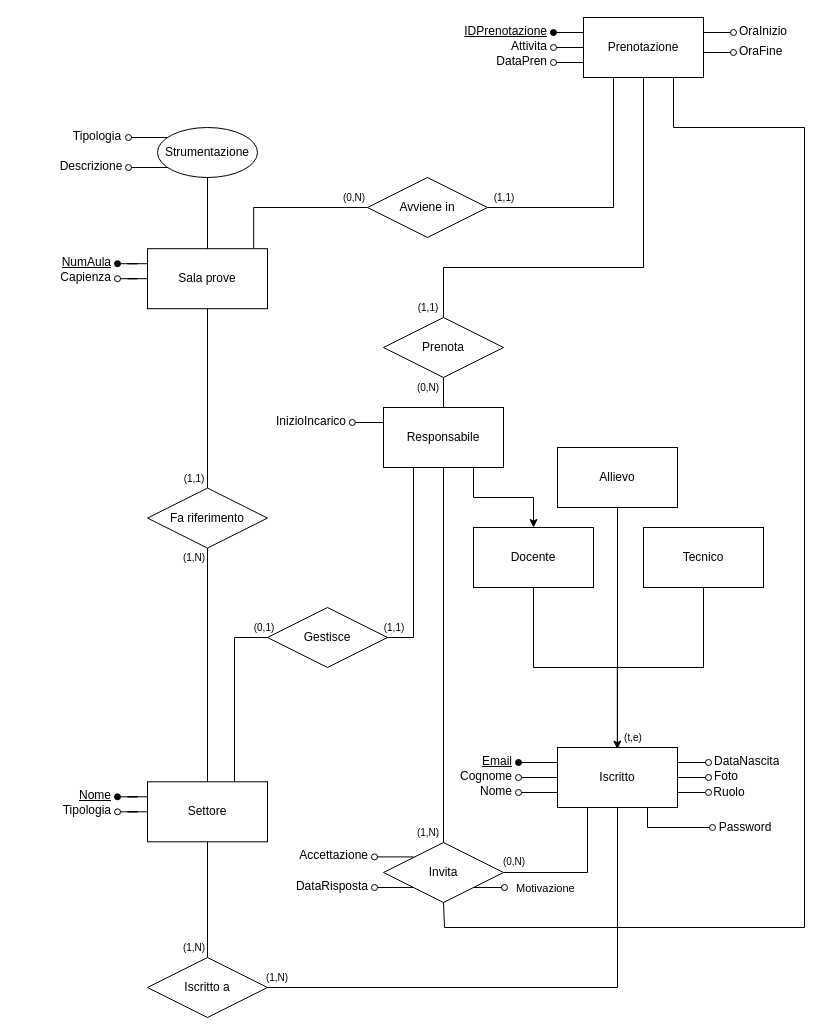
This is page "NON ristrutturato" (2 of 3) of schemiER/Schema-ER.drawio from pirvllv/PWeb-Project_25-26_Ancri-Piralla-Suanno, a draw.io file, before an edit. Source tidied: cells renumbered, new cells numbered last; positions are measured from the earlier drawing's top-left corner, leaving out a move shared by most shapes. Both pictures are drawn from the tidied source at 100%, with x=0, y=0 at pixel (17, 17).
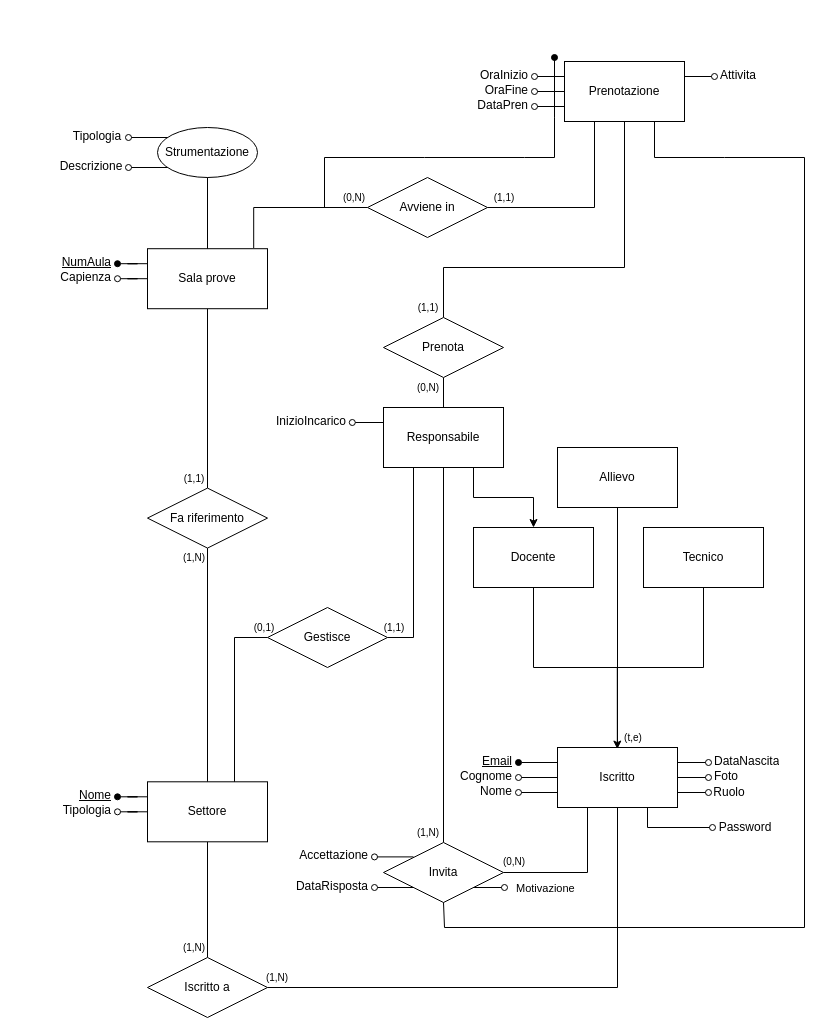
After the change.

Commit message (it also covers changes not shown here):
modificato schema ER non ristr con indicazioni prof

Unchanged cells that the change refers to:
```xml
<mxCell id="20" value="Prenota" style="shape=rhombus;perimeter=rhombusPerimeter;whiteSpace=wrap;html=1;align=center;" parent="1" vertex="1">
  <mxGeometry x="366" y="300" width="120" height="60" as="geometry" />
</mxCell>
<mxCell id="25" value="Invita" style="shape=rhombus;perimeter=rhombusPerimeter;whiteSpace=wrap;html=1;align=center;" parent="1" vertex="1">
  <mxGeometry x="366" y="825" width="120" height="60" as="geometry" />
</mxCell>
<mxCell id="47" value="Prenotazione" style="whiteSpace=wrap;html=1;" parent="37" vertex="1">
  <mxGeometry x="140" width="120" height="60" as="geometry" />
</mxCell>
```

What changed in the source:
```diff
@@
     <mxCell id="19" style="edgeStyle=orthogonalEdgeStyle;rounded=0;jettySize=auto;html=1;entryX=0.5;entryY=1;entryDx=0;entryDy=0;endArrow=none;startFill=0;exitX=0.5;exitY=0;exitDx=0;exitDy=0;" parent="1" edge="1" source="20" target="47">
       <mxGeometry relative="1" as="geometry">
         <Array as="points">
           <mxPoint x="426" y="250" />
-          <mxPoint x="626" y="250" />
+          <mxPoint x="607" y="250" />
         </Array>
       </mxGeometry>
     </mxCell>
@@
     <mxCell id="37" style="group;" parent="1" vertex="1">
-      <mxGeometry x="426" width="360" height="60" as="geometry" />
+      <mxGeometry x="407" y="44" width="360" height="60" as="geometry" />
     </mxCell>
@@
-    <mxCell id="39" value="OraInizio" style="text;strokeColor=none;fillColor=none;spacingLeft=4;spacingRight=4;overflow=hidden;points=[[0,0.5],[1,0.5]];portConstraint=eastwest;fontSize=12;whiteSpace=wrap;html=1;align=left;" parent="37" vertex="1">
+    <mxCell id="39" value="Attivita" style="text;strokeColor=none;fillColor=none;spacingLeft=4;spacingRight=4;overflow=hidden;points=[[0,0.5],[1,0.5]];portConstraint=eastwest;fontSize=12;whiteSpace=wrap;html=1;align=left;" parent="37" vertex="1">
       <mxGeometry x="290" width="60" height="30" as="geometry" />
     </mxCell>
@@
-    <mxCell id="43" value="Attivita" style="text;strokeColor=none;fillColor=none;spacingLeft=4;spacingRight=4;overflow=hidden;points=[[0,0.5],[1,0.5]];portConstraint=eastwest;fontSize=12;whiteSpace=wrap;html=1;align=right;" parent="37" vertex="1">
-      <mxGeometry x="60" y="15" width="50" height="30" as="geometry" />
+    <mxCell id="43" value="OraFine" style="text;strokeColor=none;fillColor=none;spacingLeft=4;spacingRight=4;overflow=hidden;points=[[0,0.5],[1,0.5]];portConstraint=eastwest;fontSize=12;whiteSpace=wrap;html=1;align=right;" parent="37" vertex="1">
+      <mxGeometry x="50" y="15" width="60" height="30" as="geometry" />
     </mxCell>
-    <mxCell id="44" value="OraFine" style="text;strokeColor=none;fillColor=none;spacingLeft=4;spacingRight=4;overflow=hidden;points=[[0,0.5],[1,0.5]];portConstraint=eastwest;fontSize=12;whiteSpace=wrap;html=1;" parent="37" vertex="1">
-      <mxGeometry x="290" y="20" width="70" height="30" as="geometry" />
-    </mxCell>
-    <mxCell id="45" style="edgeStyle=orthogonalEdgeStyle;rounded=0;jettySize=auto;html=1;entryX=0;entryY=0.25;entryDx=0;entryDy=0;endArrow=none;startFill=1;startArrow=oval;" parent="37" edge="1" source="46" target="47">
-      <mxGeometry relative="1" as="geometry" />
-    </mxCell>
-    <mxCell id="46" value="&lt;u&gt;IDPrenotazione&lt;/u&gt;" style="text;strokeColor=none;fillColor=none;spacingLeft=4;spacingRight=4;overflow=hidden;points=[[0,0.5],[1,0.5]];portConstraint=eastwest;fontSize=12;whiteSpace=wrap;html=1;align=right;" parent="37" vertex="1">
-      <mxGeometry x="10" width="100" height="30" as="geometry" />
-    </mxCell>
@@
-    <mxCell id="48" style="edgeStyle=orthogonalEdgeStyle;rounded=0;jettySize=auto;html=1;entryX=0.998;entryY=0.584;entryDx=0;entryDy=0;entryPerimeter=0;endArrow=none;startFill=0;startArrow=oval;" parent="37" edge="1" source="44" target="47">
-      <mxGeometry relative="1" as="geometry" />
-    </mxCell>
+    <mxCell id="97" value="OraInizio" style="text;strokeColor=none;fillColor=none;spacingLeft=4;spacingRight=4;overflow=hidden;fontSize=12;whiteSpace=wrap;html=1;align=right;" parent="37" vertex="1">
+      <mxGeometry x="50" width="60" height="30" as="geometry" />
+    </mxCell>
+    <mxCell id="98" style="edgeStyle=orthogonalEdgeStyle;rounded=0;orthogonalLoop=1;jettySize=auto;html=1;entryX=0;entryY=0.5;entryDx=0;entryDy=0;endArrow=none;startFill=0;startArrow=oval;" parent="37" edge="1">
+      <mxGeometry relative="1" as="geometry">
+        <mxPoint x="110" y="15" as="sourcePoint" />
+        <mxPoint x="140" y="15" as="targetPoint" />
+      </mxGeometry>
+    </mxCell>
@@
     <mxCell id="89" style="endArrow=none;html=1;rounded=0;entryX=0.75;entryY=1;entryDx=0;entryDy=0;exitX=0.5;exitY=1;exitDx=0;exitDy=0;" parent="1" edge="1" source="25" target="47">
       <mxGeometry relative="1" as="geometry">
         <Array as="points">
           <mxPoint x="427" y="910" />
           <mxPoint x="787" y="910" />
-          <mxPoint x="787" y="110" />
-          <mxPoint x="656" y="110" />
+          <mxPoint x="787" y="140" />
+          <mxPoint x="707" y="140" />
+          <mxPoint x="637" y="140" />
         </Array>
       </mxGeometry>
     </mxCell>
@@
+    <mxCell id="99" style="endArrow=none;html=1;rounded=0;" parent="1" edge="1">
+      <mxGeometry relative="1" as="geometry">
+        <mxPoint x="307" y="190" as="sourcePoint" />
+        <mxPoint x="537" y="100" as="targetPoint" />
+        <Array as="points">
+          <mxPoint x="307" y="140" />
+          <mxPoint x="407" y="140" />
+          <mxPoint x="507" y="140" />
+          <mxPoint x="537" y="140" />
+        </Array>
+      </mxGeometry>
+    </mxCell>
+    <mxCell id="45" style="edgeStyle=orthogonalEdgeStyle;rounded=0;orthogonalLoop=1;jettySize=auto;html=1;endArrow=none;startFill=1;startArrow=oval;" parent="1" edge="1">
+      <mxGeometry relative="1" as="geometry">
+        <mxPoint x="537" y="40" as="sourcePoint" />
+        <mxPoint x="537" y="40" as="targetPoint" />
+        <Array as="points">
+          <mxPoint x="537" y="100" />
+          <mxPoint x="537" y="100" />
+        </Array>
+      </mxGeometry>
+    </mxCell>
```
